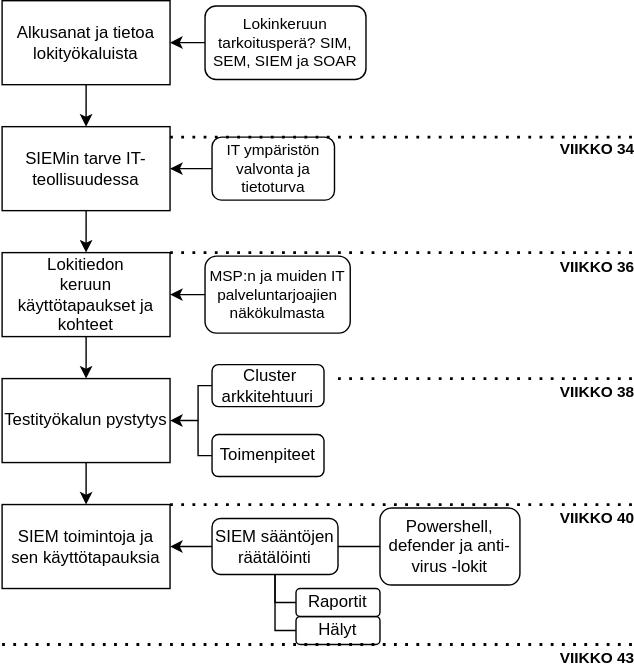
Before: oppari_scope.svg, a diagram exported from draw.io (hirsmaki/oppari). Source tidied: cells renumbered, new cells last; positions are measured from the earlier drawing's top-left corner, leaving out a move shared by most shapes.
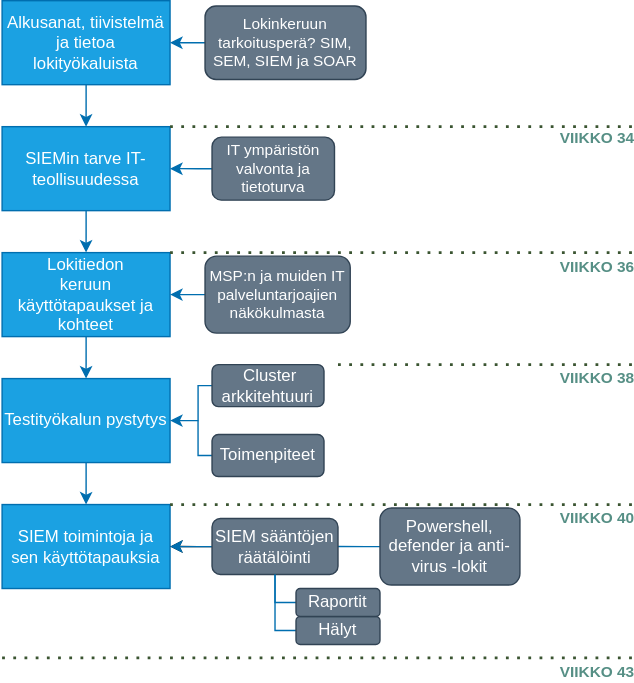
Above is the later version.

What changed in the source:
```diff
@@ -2,34 +2,34 @@
   <root>
     <mxCell id="0" />
     <mxCell id="1" parent="0" />
-    <mxCell id="2" style="edgeStyle=orthogonalEdgeStyle;rounded=0;jettySize=auto;html=1;entryX=0.5;entryY=0;entryDx=0;entryDy=0;" parent="1" edge="1" source="3" target="7">
+    <mxCell id="2" style="edgeStyle=orthogonalEdgeStyle;rounded=0;jettySize=auto;html=1;entryX=0.5;entryY=0;entryDx=0;entryDy=0;fillColor=#1ba1e2;strokeColor=#006EAF;" parent="1" edge="1" source="3" target="7">
       <mxGeometry relative="1" as="geometry" />
     </mxCell>
-    <mxCell id="3" value="SIEMin tarve IT-teollisuudessa" style="whiteSpace=wrap;html=1;" parent="1" vertex="1">
+    <mxCell id="3" value="SIEMin tarve IT-teollisuudessa" style="whiteSpace=wrap;html=1;fillColor=#1ba1e2;strokeColor=#006EAF;fontColor=#ffffff;" parent="1" vertex="1">
       <mxGeometry y="90" width="120" height="60" as="geometry" />
     </mxCell>
-    <mxCell id="4" style="edgeStyle=orthogonalEdgeStyle;rounded=0;jettySize=auto;html=1;entryX=0.5;entryY=0;entryDx=0;entryDy=0;" parent="1" edge="1" source="5" target="3">
+    <mxCell id="4" style="edgeStyle=orthogonalEdgeStyle;rounded=0;jettySize=auto;html=1;entryX=0.5;entryY=0;entryDx=0;entryDy=0;fillColor=#1ba1e2;strokeColor=#006EAF;" parent="1" edge="1" source="5" target="3">
       <mxGeometry relative="1" as="geometry" />
     </mxCell>
-    <mxCell id="5" value="Alkusanat ja tietoa lokityökaluista" style="rounded=0;whiteSpace=wrap;html=1;" parent="1" vertex="1">
+    <mxCell id="5" value="Alkusanat, tiivistelmä ja tietoa lokityökaluista" style="rounded=0;whiteSpace=wrap;html=1;fillColor=#1ba1e2;strokeColor=#006EAF;fontColor=#ffffff;" parent="1" vertex="1">
       <mxGeometry width="120" height="60" as="geometry" />
     </mxCell>
-    <mxCell id="6" style="edgeStyle=orthogonalEdgeStyle;rounded=0;jettySize=auto;html=1;entryX=0.5;entryY=0;entryDx=0;entryDy=0;" parent="1" edge="1" source="7" target="9">
+    <mxCell id="6" style="edgeStyle=orthogonalEdgeStyle;rounded=0;jettySize=auto;html=1;entryX=0.5;entryY=0;entryDx=0;entryDy=0;fillColor=#1ba1e2;strokeColor=#006EAF;" parent="1" edge="1" source="7" target="9">
       <mxGeometry relative="1" as="geometry" />
     </mxCell>
-    <mxCell id="7" value="Lokitiedon&lt;br&gt;keruun käyttötapaukset ja kohteet" style="rounded=0;whiteSpace=wrap;html=1;" parent="1" vertex="1">
+    <mxCell id="7" value="Lokitiedon&lt;br&gt;keruun käyttötapaukset ja kohteet" style="rounded=0;whiteSpace=wrap;html=1;fillColor=#1ba1e2;strokeColor=#006EAF;fontColor=#ffffff;" parent="1" vertex="1">
       <mxGeometry y="180" width="120" height="60" as="geometry" />
     </mxCell>
-    <mxCell id="8" style="edgeStyle=orthogonalEdgeStyle;rounded=0;jettySize=auto;html=1;entryX=0.5;entryY=0;entryDx=0;entryDy=0;" parent="1" edge="1" source="9" target="10">
+    <mxCell id="8" style="edgeStyle=orthogonalEdgeStyle;rounded=0;jettySize=auto;html=1;entryX=0.5;entryY=0;entryDx=0;entryDy=0;fillColor=#1ba1e2;strokeColor=#006EAF;" parent="1" edge="1" source="9" target="10">
       <mxGeometry relative="1" as="geometry" />
     </mxCell>
-    <mxCell id="9" value="Testityökalun pystytys" style="rounded=0;whiteSpace=wrap;html=1;" parent="1" vertex="1">
+    <mxCell id="9" value="Testityökalun pystytys" style="rounded=0;whiteSpace=wrap;html=1;fillColor=#1ba1e2;strokeColor=#006EAF;fontColor=#ffffff;" parent="1" vertex="1">
       <mxGeometry y="270" width="120" height="60" as="geometry" />
     </mxCell>
-    <mxCell id="10" value="SIEM toimintoja ja sen käyttötapauksia" style="rounded=0;whiteSpace=wrap;html=1;" parent="1" vertex="1">
+    <mxCell id="10" value="SIEM toimintoja ja sen käyttötapauksia" style="rounded=0;whiteSpace=wrap;html=1;fillColor=#1ba1e2;strokeColor=#006EAF;fontColor=#ffffff;" parent="1" vertex="1">
       <mxGeometry y="360" width="120" height="60" as="geometry" />
     </mxCell>
-    <mxCell id="11" style="edgeStyle=orthogonalEdgeStyle;rounded=0;jettySize=auto;html=1;entryX=1;entryY=0.5;entryDx=0;entryDy=0;" parent="1" edge="1" source="12" target="9">
+    <mxCell id="11" style="edgeStyle=orthogonalEdgeStyle;rounded=0;jettySize=auto;html=1;entryX=1;entryY=0.5;entryDx=0;entryDy=0;fillColor=#1ba1e2;strokeColor=#006EAF;" parent="1" edge="1" source="12" target="9">
       <mxGeometry relative="1" as="geometry">
         <Array as="points">
           <mxPoint x="140" y="275" />
@@ -37,60 +37,63 @@
         </Array>
       </mxGeometry>
     </mxCell>
-    <mxCell id="12" value="&amp;nbsp;Cluster arkkitehtuuri" style="rounded=1;whiteSpace=wrap;html=1;" parent="1" vertex="1">
+    <mxCell id="12" value="&amp;nbsp;Cluster arkkitehtuuri" style="rounded=1;whiteSpace=wrap;html=1;fillColor=#647687;strokeColor=#314354;fontColor=#ffffff;" parent="1" vertex="1">
       <mxGeometry x="150" y="260" width="80" height="30" as="geometry" />
     </mxCell>
-    <mxCell id="13" style="edgeStyle=orthogonalEdgeStyle;rounded=0;jettySize=auto;html=1;entryX=1;entryY=0.5;entryDx=0;entryDy=0;endArrow=none;endFill=0;" parent="1" edge="1" source="14" target="16">
+    <mxCell id="13" style="edgeStyle=orthogonalEdgeStyle;rounded=0;jettySize=auto;html=1;entryX=1;entryY=0.5;entryDx=0;entryDy=0;endArrow=none;endFill=0;fillColor=#1ba1e2;strokeColor=#006EAF;" parent="1" edge="1" source="14" target="16">
       <mxGeometry relative="1" as="geometry" />
     </mxCell>
-    <mxCell id="14" value="Powershell, defender ja anti-virus -lokit" style="rounded=1;whiteSpace=wrap;html=1;" parent="1" vertex="1">
+    <mxCell id="14" value="Powershell, defender ja anti-virus -lokit" style="rounded=1;whiteSpace=wrap;html=1;fillColor=#647687;strokeColor=#314354;fontColor=#ffffff;" parent="1" vertex="1">
       <mxGeometry x="270" y="362.5" width="100" height="55" as="geometry" />
     </mxCell>
     <mxCell id="15" style="edgeStyle=orthogonalEdgeStyle;rounded=0;jettySize=auto;html=1;entryX=1;entryY=0.5;entryDx=0;entryDy=0;" parent="1" edge="1" source="16" target="10">
       <mxGeometry relative="1" as="geometry" />
     </mxCell>
+    <mxCell id="39" style="edgeStyle=orthogonalEdgeStyle;rounded=0;jettySize=auto;html=1;fontColor=#568F85;fillColor=#1ba1e2;strokeColor=#006EAF;" parent="1" edge="1" source="16" target="10">
+      <mxGeometry relative="1" as="geometry" />
+    </mxCell>
-    <mxCell id="16" value="SIEM sääntöjen räätälöinti" style="rounded=1;whiteSpace=wrap;html=1;" parent="1" vertex="1">
+    <mxCell id="16" value="SIEM sääntöjen räätälöinti" style="rounded=1;whiteSpace=wrap;html=1;fillColor=#647687;strokeColor=#314354;fontColor=#ffffff;" parent="1" vertex="1">
       <mxGeometry x="150" y="370" width="90" height="40" as="geometry" />
     </mxCell>
-    <mxCell id="17" style="edgeStyle=orthogonalEdgeStyle;rounded=0;jettySize=auto;html=1;entryX=0.5;entryY=1;entryDx=0;entryDy=0;endArrow=none;endFill=0;" parent="1" edge="1" source="18" target="16">
+    <mxCell id="17" style="edgeStyle=orthogonalEdgeStyle;rounded=0;jettySize=auto;html=1;entryX=0.5;entryY=1;entryDx=0;entryDy=0;endArrow=none;endFill=0;fillColor=#1ba1e2;strokeColor=#006EAF;" parent="1" edge="1" source="18" target="16">
       <mxGeometry relative="1" as="geometry">
         <Array as="points">
           <mxPoint x="195" y="450" />
         </Array>
       </mxGeometry>
     </mxCell>
-    <mxCell id="18" value="Hälyt" style="rounded=1;whiteSpace=wrap;html=1;" parent="1" vertex="1">
+    <mxCell id="18" value="Hälyt" style="rounded=1;whiteSpace=wrap;html=1;fillColor=#647687;strokeColor=#314354;fontColor=#ffffff;" parent="1" vertex="1">
       <mxGeometry x="210" y="440" width="60" height="20" as="geometry" />
     </mxCell>
-    <mxCell id="19" style="edgeStyle=orthogonalEdgeStyle;rounded=0;jettySize=auto;html=1;entryX=1;entryY=0.5;entryDx=0;entryDy=0;" parent="1" edge="1" source="20" target="5">
+    <mxCell id="19" style="edgeStyle=orthogonalEdgeStyle;rounded=0;jettySize=auto;html=1;entryX=1;entryY=0.5;entryDx=0;entryDy=0;fillColor=#1ba1e2;strokeColor=#006EAF;" parent="1" edge="1" source="20" target="5">
       <mxGeometry relative="1" as="geometry" />
     </mxCell>
-    <mxCell id="20" value="Lokinkeruun tarkoitusperä? SIM, SEM, SIEM ja SOAR" style="rounded=1;whiteSpace=wrap;html=1;fillColor=#ffffff;fontSize=11;" parent="1" vertex="1">
+    <mxCell id="20" value="Lokinkeruun tarkoitusperä? SIM, SEM, SIEM ja SOAR" style="rounded=1;whiteSpace=wrap;html=1;fillColor=#647687;fontSize=11;strokeColor=#314354;fontColor=#ffffff;" parent="1" vertex="1">
       <mxGeometry x="145" y="3.8" width="115" height="52.5" as="geometry" />
     </mxCell>
-    <mxCell id="21" style="edgeStyle=orthogonalEdgeStyle;rounded=0;jettySize=auto;html=1;entryX=1;entryY=0.5;entryDx=0;entryDy=0;fontSize=11;" parent="1" edge="1" source="22" target="3">
+    <mxCell id="21" style="edgeStyle=orthogonalEdgeStyle;rounded=0;jettySize=auto;html=1;entryX=1;entryY=0.5;entryDx=0;entryDy=0;fontSize=11;fillColor=#1ba1e2;strokeColor=#006EAF;" parent="1" edge="1" source="22" target="3">
       <mxGeometry relative="1" as="geometry" />
     </mxCell>
-    <mxCell id="22" value="IT ympäristön valvonta ja tietoturva" style="rounded=1;whiteSpace=wrap;html=1;fillColor=#ffffff;fontSize=11;" parent="1" vertex="1">
+    <mxCell id="22" value="IT ympäristön valvonta ja tietoturva" style="rounded=1;whiteSpace=wrap;html=1;fillColor=#647687;fontSize=11;strokeColor=#314354;fontColor=#ffffff;" parent="1" vertex="1">
       <mxGeometry x="150" y="97.5" width="87.5" height="45" as="geometry" />
     </mxCell>
-    <mxCell id="23" style="edgeStyle=orthogonalEdgeStyle;rounded=0;jettySize=auto;html=1;entryX=1;entryY=0.5;entryDx=0;entryDy=0;fontSize=11;" parent="1" edge="1" source="24" target="7">
+    <mxCell id="23" style="edgeStyle=orthogonalEdgeStyle;rounded=0;jettySize=auto;html=1;entryX=1;entryY=0.5;entryDx=0;entryDy=0;fontSize=11;fillColor=#1ba1e2;strokeColor=#006EAF;" parent="1" edge="1" source="24" target="7">
       <mxGeometry relative="1" as="geometry" />
     </mxCell>
-    <mxCell id="24" value="MSP:n ja muiden IT palveluntarjoajien näkökulmasta" style="rounded=1;whiteSpace=wrap;html=1;fontSize=11;fillColor=#ffffff;" parent="1" vertex="1">
+    <mxCell id="24" value="MSP:n ja muiden IT palveluntarjoajien näkökulmasta" style="rounded=1;whiteSpace=wrap;html=1;fontSize=11;fillColor=#647687;strokeColor=#314354;fontColor=#ffffff;" parent="1" vertex="1">
       <mxGeometry x="145" y="182.5" width="103.8" height="55" as="geometry" />
     </mxCell>
-    <mxCell id="25" style="edgeStyle=orthogonalEdgeStyle;rounded=0;jettySize=auto;html=1;entryX=0.5;entryY=1;entryDx=0;entryDy=0;endArrow=none;endFill=0;" parent="1" edge="1" source="26" target="16">
+    <mxCell id="25" style="edgeStyle=orthogonalEdgeStyle;rounded=0;jettySize=auto;html=1;entryX=0.5;entryY=1;entryDx=0;entryDy=0;endArrow=none;endFill=0;fillColor=#1ba1e2;strokeColor=#006EAF;" parent="1" edge="1" source="26" target="16">
       <mxGeometry relative="1" as="geometry">
         <Array as="points">
           <mxPoint x="195" y="430" />
         </Array>
       </mxGeometry>
     </mxCell>
-    <mxCell id="26" value="Raportit" style="rounded=1;whiteSpace=wrap;html=1;" parent="1" vertex="1">
+    <mxCell id="26" value="Raportit" style="rounded=1;whiteSpace=wrap;html=1;fillColor=#647687;strokeColor=#314354;fontColor=#ffffff;" parent="1" vertex="1">
       <mxGeometry x="210" y="420" width="60" height="20" as="geometry" />
     </mxCell>
-    <mxCell id="27" style="edgeStyle=orthogonalEdgeStyle;rounded=0;jettySize=auto;html=1;endArrow=none;endFill=0;" parent="1" edge="1" source="28">
+    <mxCell id="27" style="edgeStyle=orthogonalEdgeStyle;rounded=0;jettySize=auto;html=1;endArrow=none;endFill=0;fillColor=#1ba1e2;strokeColor=#006EAF;" parent="1" edge="1" source="28">
       <mxGeometry relative="1" as="geometry">
         <mxPoint x="140" y="300" as="targetPoint" />
         <Array as="points">
@@ -98,58 +101,58 @@
         </Array>
       </mxGeometry>
     </mxCell>
-    <mxCell id="28" value="Toimenpiteet" style="rounded=1;whiteSpace=wrap;html=1;" parent="1" vertex="1">
+    <mxCell id="28" value="Toimenpiteet" style="rounded=1;whiteSpace=wrap;html=1;fillColor=#647687;strokeColor=#314354;fontColor=#ffffff;" parent="1" vertex="1">
       <mxGeometry x="150" y="310" width="80" height="30" as="geometry" />
     </mxCell>
-    <mxCell id="29" style="endArrow=none;dashed=1;html=1;dashPattern=1 3;strokeWidth=2;exitX=1;exitY=0;exitDx=0;exitDy=0;" parent="1" edge="1">
+    <mxCell id="29" style="endArrow=none;dashed=1;html=1;dashPattern=1 3;strokeWidth=2;exitX=1;exitY=0;exitDx=0;exitDy=0;fillColor=#6d8764;strokeColor=#3A5431;" parent="1" edge="1">
       <mxGeometry relative="1" as="geometry">
         <mxPoint x="120" y="180" as="sourcePoint" />
         <mxPoint x="450" y="180" as="targetPoint" />
       </mxGeometry>
     </mxCell>
-    <mxCell id="30" value="VIIKKO 36" style="edgeLabel;html=1;align=center;verticalAlign=middle;fontStyle=1;" parent="29" vertex="1">
+    <mxCell id="30" value="VIIKKO 36" style="edgeLabel;html=1;align=center;verticalAlign=middle;fontStyle=1;labelBackgroundColor=none;fontColor=#568F85;" parent="29" vertex="1">
       <mxGeometry x="0.78" y="-3" relative="1" as="geometry">
         <mxPoint x="12" y="7" as="offset" />
       </mxGeometry>
     </mxCell>
-    <mxCell id="31" style="endArrow=none;dashed=1;html=1;dashPattern=1 3;strokeWidth=2;" parent="1" edge="1">
+    <mxCell id="31" style="endArrow=none;dashed=1;html=1;dashPattern=1 3;strokeWidth=2;fillColor=#6d8764;strokeColor=#3A5431;" parent="1" edge="1">
       <mxGeometry relative="1" as="geometry">
-        <mxPoint x="240" y="270" as="sourcePoint" />
-        <mxPoint x="450" y="270" as="targetPoint" />
+        <mxPoint x="240" y="260" as="sourcePoint" />
+        <mxPoint x="450" y="260" as="targetPoint" />
       </mxGeometry>
     </mxCell>
-    <mxCell id="32" value="VIIKKO 38" style="edgeLabel;html=1;align=center;verticalAlign=middle;fontStyle=1;" parent="31" vertex="1">
+    <mxCell id="32" value="VIIKKO 38" style="edgeLabel;html=1;align=center;verticalAlign=middle;fontStyle=1;labelBackgroundColor=none;fontColor=#568F85;" parent="31" vertex="1">
       <mxGeometry x="0.78" y="-3" relative="1" as="geometry">
         <mxPoint x="-2" y="7" as="offset" />
       </mxGeometry>
     </mxCell>
-    <mxCell id="33" style="endArrow=none;dashed=1;html=1;dashPattern=1 3;strokeWidth=2;exitX=1;exitY=0;exitDx=0;exitDy=0;" parent="1" edge="1">
+    <mxCell id="33" style="endArrow=none;dashed=1;html=1;dashPattern=1 3;strokeWidth=2;exitX=1;exitY=0;exitDx=0;exitDy=0;fillColor=#6d8764;strokeColor=#3A5431;" parent="1" edge="1">
       <mxGeometry relative="1" as="geometry">
-        <mxPoint x="120" y="97.5" as="sourcePoint" />
-        <mxPoint x="450" y="97.5" as="targetPoint" />
+        <mxPoint x="120" y="90" as="sourcePoint" />
+        <mxPoint x="450" y="90" as="targetPoint" />
       </mxGeometry>
     </mxCell>
-    <mxCell id="34" value="VIIKKO 34" style="edgeLabel;html=1;align=center;verticalAlign=middle;fontStyle=1;" parent="33" vertex="1">
+    <mxCell id="34" value="VIIKKO 34" style="edgeLabel;html=1;align=center;verticalAlign=middle;fontStyle=1;labelBackgroundColor=none;fontColor=#568F85;" parent="33" vertex="1">
       <mxGeometry x="0.78" y="-3" relative="1" as="geometry">
         <mxPoint x="12" y="5" as="offset" />
       </mxGeometry>
     </mxCell>
-    <mxCell id="35" style="endArrow=none;dashed=1;html=1;dashPattern=1 3;strokeWidth=2;exitX=1;exitY=0;exitDx=0;exitDy=0;" parent="1" edge="1" source="10">
+    <mxCell id="35" style="endArrow=none;dashed=1;html=1;dashPattern=1 3;strokeWidth=2;exitX=1;exitY=0;exitDx=0;exitDy=0;fillColor=#6d8764;strokeColor=#3A5431;" parent="1" edge="1" source="10">
       <mxGeometry relative="1" as="geometry">
         <mxPoint x="450" y="360" as="targetPoint" />
       </mxGeometry>
     </mxCell>
-    <mxCell id="36" value="VIIKKO 40" style="edgeLabel;html=1;align=center;verticalAlign=middle;fontStyle=1;" parent="1" vertex="1">
+    <mxCell id="36" value="VIIKKO 40" style="edgeLabel;html=1;align=center;verticalAlign=middle;fontStyle=1;labelBackgroundColor=none;fontColor=#568F85;" parent="1" vertex="1">
       <mxGeometry x="425" y="370" as="geometry" />
     </mxCell>
-    <mxCell id="37" style="endArrow=none;dashed=1;html=1;dashPattern=1 3;strokeWidth=2;" parent="1" edge="1">
+    <mxCell id="37" style="endArrow=none;dashed=1;html=1;dashPattern=1 3;strokeWidth=2;fillColor=#6d8764;strokeColor=#3A5431;" parent="1" edge="1">
       <mxGeometry relative="1" as="geometry">
-        <mxPoint y="460" as="sourcePoint" />
-        <mxPoint x="450" y="460" as="targetPoint" />
+        <mxPoint y="469.5" as="sourcePoint" />
+        <mxPoint x="450" y="469.5" as="targetPoint" />
       </mxGeometry>
     </mxCell>
-    <mxCell id="38" value="VIIKKO 43" style="edgeLabel;html=1;align=center;verticalAlign=middle;fontStyle=1;" parent="1" vertex="1">
-      <mxGeometry x="425" y="470" as="geometry" />
+    <mxCell id="38" value="VIIKKO 43" style="edgeLabel;html=1;align=center;verticalAlign=middle;fontStyle=1;labelBackgroundColor=none;fontColor=#568F85;" parent="1" vertex="1">
+      <mxGeometry x="425" y="480" as="geometry" />
     </mxCell>
   </root>
 </mxGraphModel>
```
